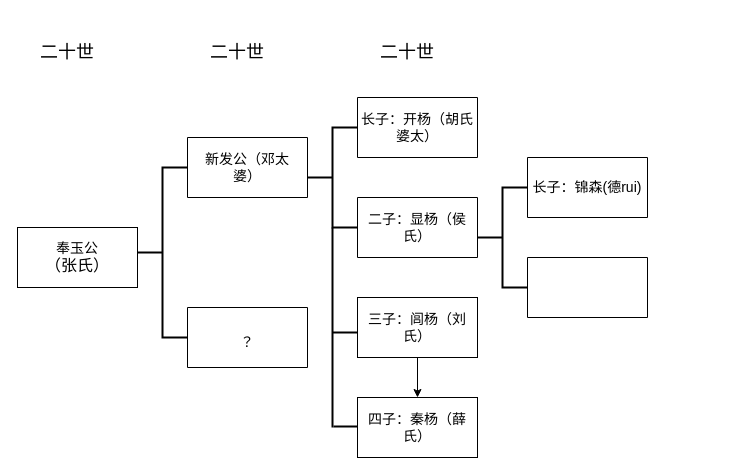
Before: 未命名绘图.drawio in Htd369258/htd, a draw.io diagram. Source tidied: cells renumbered, new cells numbered last; positions are measured from the earlier drawing's top-left corner, leaving out a move shared by most shapes. Both pictures are drawn from the tidied source at 100%, with x=0, y=0 at pixel (17, 37).
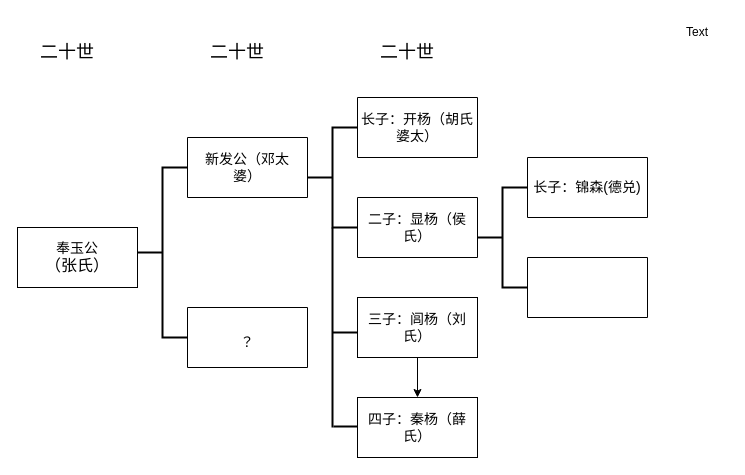
The same diagram, later.

Commit message (it also covers changes not shown here):
更新未命名绘图.drawio

Change to the diagram source:
```diff
@@
-    <mxCell id="27" value="&lt;span style=&quot;font-size: 14px;&quot;&gt;长子：锦森(德rui)&lt;/span&gt;" style="text;strokeColor=none;align=center;fillColor=none;html=1;verticalAlign=middle;whiteSpace=wrap;rounded=0;" parent="1" vertex="1">
+    <mxCell id="27" value="&lt;span style=&quot;font-size: 14px;&quot;&gt;长子：锦森(德&lt;/span&gt;&lt;font style=&quot;font-size: 14px;&quot;&gt;兑&lt;/font&gt;&lt;span style=&quot;font-size: 14px;&quot;&gt;)&lt;/span&gt;" style="text;strokeColor=none;align=center;fillColor=none;html=1;verticalAlign=middle;whiteSpace=wrap;rounded=0;" parent="1" vertex="1">
       <mxGeometry x="510" y="120" width="120" height="60" as="geometry" />
     </mxCell>
+    <mxCell id="28" value="Text" style="text;strokeColor=none;align=center;fillColor=none;html=1;verticalAlign=middle;whiteSpace=wrap;rounded=0;" parent="1" vertex="1">
+      <mxGeometry x="650" y="-20" width="60" height="30" as="geometry" />
+    </mxCell>
```
